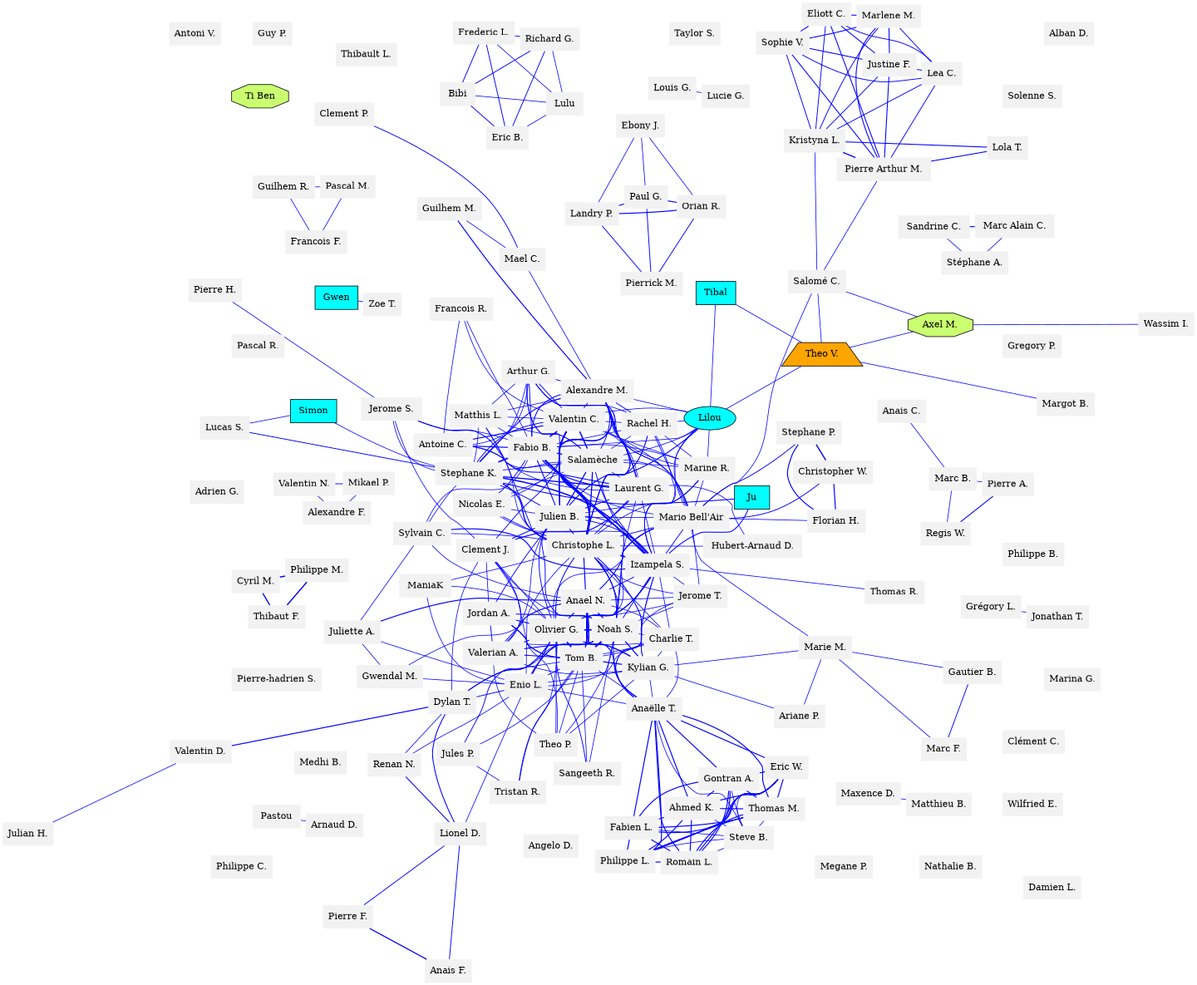
The Graphviz diagram jumpers_SAUT.dot.png in GuilhemRep/sauts, before a commit. Its source is kept beside it as jumpers_SAUT.dot.
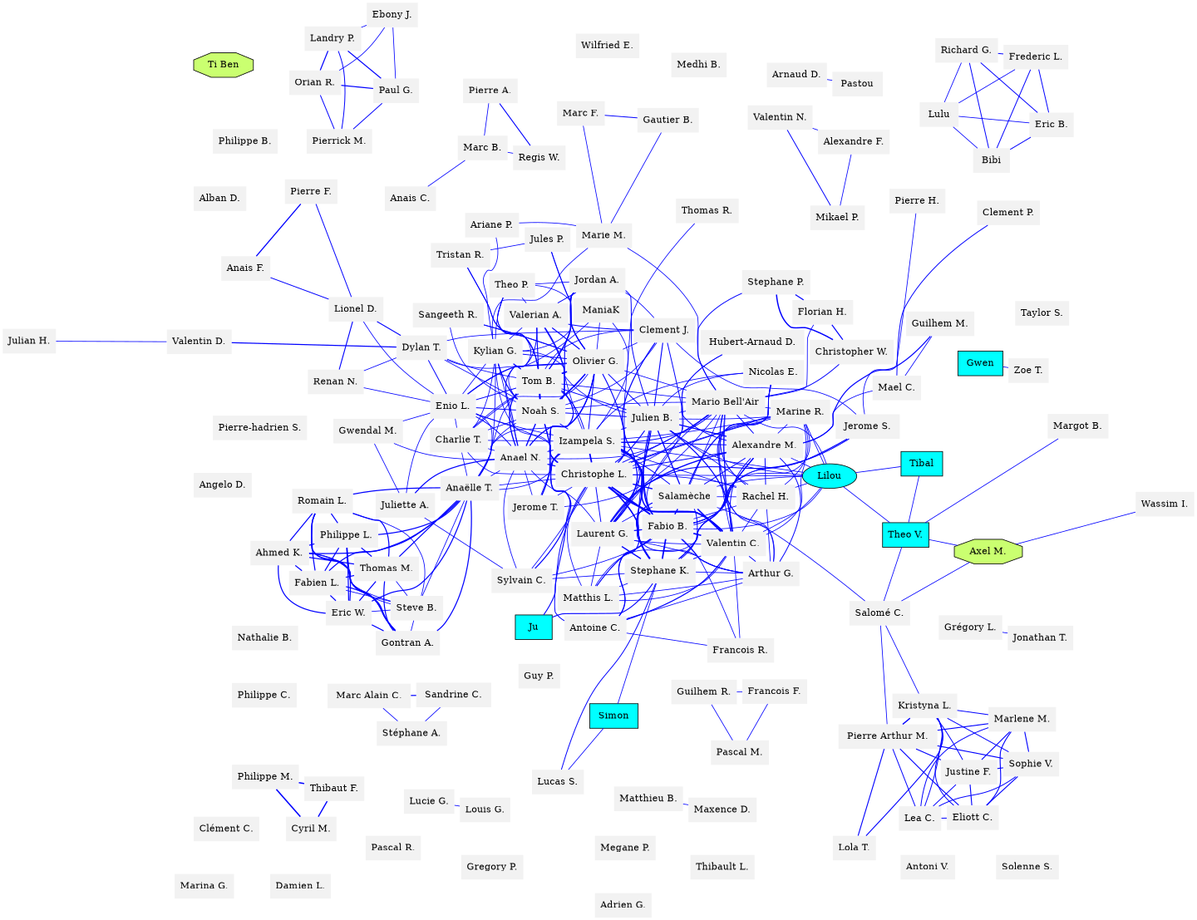
After the change.

The edit, as a diff of the source:
```diff
@@ -1,146 +1,146 @@
 graph Jumpers {
 	graph [overlap=false ratio=1 size="15,15" splines=true]
+	"Sylvain C." [fillcolor=gray95 shape=none style=filled]
+	"Lucie G." [fillcolor=gray95 shape=none style=filled]
+	"Philippe M." [fillcolor=gray95 shape=none style=filled]
+	"Christopher W." [fillcolor=gray95 shape=none style=filled]
+	"Christophe L." [fillcolor=gray95 shape=none style=filled]
+	"Anael N." [fillcolor=gray95 shape=none style=filled]
+	"Gontran A." [fillcolor=gray95 shape=none style=filled]
+	"Arthur G." [fillcolor=gray95 shape=none style=filled]
+	"Valentin N." [fillcolor=gray95 shape=none style=filled]
+	"Lea C." [fillcolor=gray95 shape=none style=filled]
+	"Julian H." [fillcolor=gray95 shape=none style=filled]
+	"Valentin D." [fillcolor=gray95 shape=none style=filled]
+	"Clement J." [fillcolor=gray95 shape=none style=filled]
+	"Grégory L." [fillcolor=gray95 shape=none style=filled]
+	"Thibaut F." [fillcolor=gray95 shape=none style=filled]
+	"Julien B." [fillcolor=gray95 shape=none style=filled]
+	"Tristan R." [fillcolor=gray95 shape=none style=filled]
+	" Lulu " [fillcolor=gray95 shape=none style=filled]
+	"Marlene M." [fillcolor=gray95 shape=none style=filled]
+	"Stephane P." [fillcolor=gray95 shape=none style=filled]
+	"Justine F." [fillcolor=gray95 shape=none style=filled]
+	"Orian R." [fillcolor=gray95 shape=none style=filled]
+	"Philippe C." [fillcolor=gray95 shape=none style=filled]
+	"Marine R." [fillcolor=gray95 shape=none style=filled]
 	"Megane P." [fillcolor=gray95 shape=none style=filled]
+	"Francois R." [fillcolor=gray95 shape=none style=filled]
+	"Romain L." [fillcolor=gray95 shape=none style=filled]
+	" Jerome S. " [fillcolor=gray95 shape=none style=filled]
+	" Hubert-Arnaud D. " [fillcolor=gray95 shape=none style=filled]
+	" Gwen " [fillcolor=cyan shape=rectangle style=filled]
+	"Enio L." [fillcolor=gray95 shape=none style=filled]
+	"Lionel D." [fillcolor=gray95 shape=none style=filled]
+	"Paul G." [fillcolor=gray95 shape=none style=filled]
+	"Antoine C." [fillcolor=gray95 shape=none style=filled]
+	"Olivier G." [fillcolor=gray95 shape=none style=filled]
+	"Philippe B." [fillcolor=gray95 shape=none style=filled]
+	"Anais C." [fillcolor=gray95 shape=none style=filled]
+	"Pascal R." [fillcolor=gray95 shape=none style=filled]
+	"Jules P." [fillcolor=gray95 shape=none style=filled]
+	"Jonathan T." [fillcolor=gray95 shape=none style=filled]
+	"Eric W." [fillcolor=gray95 shape=none style=filled]
+	" Lilou " [fillcolor=cyan shape=ellipse style=filled]
+	" Ju " [fillcolor=cyan shape=rectangle style=filled]
+	"Thibault L." [fillcolor=gray95 shape=none style=filled]
+	"Guy P." [fillcolor=gray95 shape=none style=filled]
+	"Ariane P." [fillcolor=gray95 shape=none style=filled]
+	"Antoni V." [fillcolor=gray95 shape=none style=filled]
+	"Louis G." [fillcolor=gray95 shape=none style=filled]
+	"Theo V." [fillcolor=cyan shape=rectangle style=filled]
+	"Theo P." [fillcolor=gray95 shape=none style=filled]
+	"Renan N." [fillcolor=gray95 shape=none style=filled]
+	" Simon " [fillcolor=cyan shape=rectangle style=filled]
+	"Solenne S." [fillcolor=gray95 shape=none style=filled]
+	" Tibal " [fillcolor=cyan shape=rectangle style=filled]
+	"Thomas R." [fillcolor=gray95 shape=none style=filled]
+	"Eric B." [fillcolor=gray95 shape=none style=filled]
+	"Alexandre F." [fillcolor=gray95 shape=none style=filled]
+	"Sophie V." [fillcolor=gray95 shape=none style=filled]
+	"Clement P." [fillcolor=gray95 shape=none style=filled]
+	"Medhi B." [fillcolor=gray95 shape=none style=filled]
+	"Pierrick M." [fillcolor=gray95 shape=none style=filled]
+	"Jordan A." [fillcolor=gray95 shape=none style=filled]
+	" Bibi " [fillcolor=gray95 shape=none style=filled]
+	"Pierre H." [fillcolor=gray95 shape=none style=filled]
+	"Valentin C." [fillcolor=gray95 shape=none style=filled]
+	"Gwendal M." [fillcolor=gray95 shape=none style=filled]
+	"Marc F." [fillcolor=gray95 shape=none style=filled]
+	"Noah S." [fillcolor=gray95 shape=none style=filled]
+	"Pierre F." [fillcolor=gray95 shape=none style=filled]
+	"Ti Ben" [fillcolor=darkolivegreen1 shape=octagon style=filled]
+	"Gautier B." [fillcolor=gray95 shape=none style=filled]
+	"Guilhem R." [fillcolor=gray95 shape=none style=filled]
+	"Francois F." [fillcolor=gray95 shape=none style=filled]
+	"Regis W." [fillcolor=gray95 shape=none style=filled]
+	"Lucas S." [fillcolor=gray95 shape=none style=filled]
+	"Nicolas E." [fillcolor=gray95 shape=none style=filled]
+	"Axel M." [fillcolor=darkolivegreen1 shape=octagon style=filled]
+	"Landry P." [fillcolor=gray95 shape=none style=filled]
+	"Cyril M." [fillcolor=gray95 shape=none style=filled]
 	"Alban D." [fillcolor=gray95 shape=none style=filled]
-	"Nicolas E." [fillcolor=gray95 shape=none style=filled]
-	"Romain L." [fillcolor=gray95 shape=none style=filled]
-	"Antoine C." [fillcolor=gray95 shape=none style=filled]
+	"Arnaud D." [fillcolor=gray95 shape=none style=filled]
+	"Angelo D." [fillcolor=gray95 shape=none style=filled]
+	"Marc B." [fillcolor=gray95 shape=none style=filled]
+	"Steve B." [fillcolor=gray95 shape=none style=filled]
+	"Clément C." [fillcolor=gray95 shape=none style=filled]
+	"Florian H." [fillcolor=gray95 shape=none style=filled]
+	"Mario Bell'Air" [fillcolor=gray95 shape=none style=filled]
+	"Charlie T." [fillcolor=gray95 shape=none style=filled]
+	"Gregory P." [fillcolor=gray95 shape=none style=filled]
+	"Tom B." [fillcolor=gray95 shape=none style=filled]
+	"Fabio B." [fillcolor=gray95 shape=none style=filled]
+	"Kylian G." [fillcolor=gray95 shape=none style=filled]
+	"Kristyna L." [fillcolor=gray95 shape=none style=filled]
+	" Marc Alain C. " [fillcolor=gray95 shape=none style=filled]
+	"Fabien L." [fillcolor=gray95 shape=none style=filled]
+	"Zoe T." [fillcolor=gray95 shape=none style=filled]
 	" Sandrine C. " [fillcolor=gray95 shape=none style=filled]
+	"Taylor S." [fillcolor=gray95 shape=none style=filled]
+	"Wilfried E." [fillcolor=gray95 shape=none style=filled]
+	"Matthis L." [fillcolor=gray95 shape=none style=filled]
+	"Margot B." [fillcolor=gray95 shape=none style=filled]
+	"Anais F." [fillcolor=gray95 shape=none style=filled]
+	" ManiaK " [fillcolor=gray95 shape=none style=filled]
+	"Mael C." [fillcolor=gray95 shape=none style=filled]
+	"Rachel H." [fillcolor=gray95 shape=none style=filled]
+	"Matthieu B." [fillcolor=gray95 shape=none style=filled]
+	"Nathalie B." [fillcolor=gray95 shape=none style=filled]
+	"Pierre-hadrien S." [fillcolor=gray95 shape=none style=filled]
+	"Marie M." [fillcolor=gray95 shape=none style=filled]
+	"Stephane K." [fillcolor=gray95 shape=none style=filled]
+	"Marina G." [fillcolor=gray95 shape=none style=filled]
+	"Jerome T." [fillcolor=gray95 shape=none style=filled]
+	"Mikael P." [fillcolor=gray95 shape=none style=filled]
+	"Izampela S." [fillcolor=gray95 shape=none style=filled]
 	"Salamèche" [fillcolor=gray95 shape=none style=filled]
-	"Ariane P." [fillcolor=gray95 shape=none style=filled]
-	"Florian H." [fillcolor=gray95 shape=none style=filled]
-	"Landry P." [fillcolor=gray95 shape=none style=filled]
-	"Guilhem R." [fillcolor=gray95 shape=none style=filled]
-	"Tristan R." [fillcolor=gray95 shape=none style=filled]
+	"Eliott C." [fillcolor=gray95 shape=none style=filled]
+	"Ahmed K." [fillcolor=gray95 shape=none style=filled]
+	"Sangeeth R." [fillcolor=gray95 shape=none style=filled]
+	"Anaëlle T." [fillcolor=gray95 shape=none style=filled]
+	"Wassim I." [fillcolor=gray95 shape=none style=filled]
+	"Richard G." [fillcolor=gray95 shape=none style=filled]
+	"Pierre A." [fillcolor=gray95 shape=none style=filled]
+	"Juliette A." [fillcolor=gray95 shape=none style=filled]
+	"Frederic L." [fillcolor=gray95 shape=none style=filled]
+	"Maxence D." [fillcolor=gray95 shape=none style=filled]
+	" Pierre Arthur M. " [fillcolor=gray95 shape=none style=filled]
+	"Laurent G." [fillcolor=gray95 shape=none style=filled]
+	"Thomas M." [fillcolor=gray95 shape=none style=filled]
+	"Damien L." [fillcolor=gray95 shape=none style=filled]
+	"Pascal M." [fillcolor=gray95 shape=none style=filled]
+	"Alexandre M." [fillcolor=gray95 shape=none style=filled]
+	"Dylan T." [fillcolor=gray95 shape=none style=filled]
+	"Ebony J." [fillcolor=gray95 shape=none style=filled]
+	"Valerian A." [fillcolor=gray95 shape=none style=filled]
+	" Pastou " [fillcolor=gray95 shape=none style=filled]
+	"Salomé C." [fillcolor=gray95 shape=none style=filled]
+	"Stéphane A." [fillcolor=gray95 shape=none style=filled]
+	"Lola T." [fillcolor=gray95 shape=none style=filled]
+	"Guilhem M." [fillcolor=gray95 shape=none style=filled]
+	"Adrien G." [fillcolor=gray95 shape=none style=filled]
 	"Philippe L." [fillcolor=gray95 shape=none style=filled]
-	" Hubert-Arnaud D. " [fillcolor=gray95 shape=none style=filled]
-	"Orian R." [fillcolor=gray95 shape=none style=filled]
-	"Stephane P." [fillcolor=gray95 shape=none style=filled]
-	"Gautier B." [fillcolor=gray95 shape=none style=filled]
-	" Jerome S. " [fillcolor=gray95 shape=none style=filled]
-	"Anais F." [fillcolor=gray95 shape=none style=filled]
-	"Nathalie B." [fillcolor=gray95 shape=none style=filled]
-	" Pierre Arthur M. " [fillcolor=gray95 shape=none style=filled]
-	"Maxence D." [fillcolor=gray95 shape=none style=filled]
-	" Gwen " [fillcolor=cyan shape=rectangle style=filled]
-	" Tibal " [fillcolor=cyan shape=rectangle style=filled]
-	"Lola T." [fillcolor=gray95 shape=none style=filled]
-	" Pastou " [fillcolor=gray95 shape=none style=filled]
-	" Marc Alain C. " [fillcolor=gray95 shape=none style=filled]
-	"Wilfried E." [fillcolor=gray95 shape=none style=filled]
-	" Bibi " [fillcolor=gray95 shape=none style=filled]
-	"Tom B." [fillcolor=gray95 shape=none style=filled]
-	"Enio L." [fillcolor=gray95 shape=none style=filled]
-	"Fabio B." [fillcolor=gray95 shape=none style=filled]
-	"Grégory L." [fillcolor=gray95 shape=none style=filled]
-	"Ahmed K." [fillcolor=gray95 shape=none style=filled]
-	"Alexandre M." [fillcolor=gray95 shape=none style=filled]
-	"Clement J." [fillcolor=gray95 shape=none style=filled]
-	"Jonathan T." [fillcolor=gray95 shape=none style=filled]
-	"Marc B." [fillcolor=gray95 shape=none style=filled]
-	"Anaëlle T." [fillcolor=gray95 shape=none style=filled]
-	"Arnaud D." [fillcolor=gray95 shape=none style=filled]
-	"Rachel H." [fillcolor=gray95 shape=none style=filled]
-	"Kristyna L." [fillcolor=gray95 shape=none style=filled]
-	"Pierre A." [fillcolor=gray95 shape=none style=filled]
-	"Regis W." [fillcolor=gray95 shape=none style=filled]
-	"Julian H." [fillcolor=gray95 shape=none style=filled]
-	"Valentin N." [fillcolor=gray95 shape=none style=filled]
-	" Lilou " [fillcolor=cyan shape=ellipse style=filled]
-	"Mael C." [fillcolor=gray95 shape=none style=filled]
-	"Charlie T." [fillcolor=gray95 shape=none style=filled]
-	"Anael N." [fillcolor=gray95 shape=none style=filled]
-	"Medhi B." [fillcolor=gray95 shape=none style=filled]
-	" Lulu " [fillcolor=gray95 shape=none style=filled]
-	"Pierre H." [fillcolor=gray95 shape=none style=filled]
-	"Margot B." [fillcolor=gray95 shape=none style=filled]
-	"Taylor S." [fillcolor=gray95 shape=none style=filled]
-	"Izampela S." [fillcolor=gray95 shape=none style=filled]
-	"Louis G." [fillcolor=gray95 shape=none style=filled]
-	"Clément C." [fillcolor=gray95 shape=none style=filled]
-	"Eric B." [fillcolor=gray95 shape=none style=filled]
-	"Cyril M." [fillcolor=gray95 shape=none style=filled]
-	"Pierrick M." [fillcolor=gray95 shape=none style=filled]
-	"Ti Ben" [fillcolor=darkolivegreen1 shape=octagon style=filled]
-	"Philippe B." [fillcolor=gray95 shape=none style=filled]
-	"Salomé C." [fillcolor=gray95 shape=none style=filled]
-	"Philippe M." [fillcolor=gray95 shape=none style=filled]
-	"Pascal R." [fillcolor=gray95 shape=none style=filled]
-	"Pierre-hadrien S." [fillcolor=gray95 shape=none style=filled]
-	"Steve B." [fillcolor=gray95 shape=none style=filled]
-	"Marine R." [fillcolor=gray95 shape=none style=filled]
-	"Gregory P." [fillcolor=gray95 shape=none style=filled]
-	"Clement P." [fillcolor=gray95 shape=none style=filled]
-	"Guy P." [fillcolor=gray95 shape=none style=filled]
-	"Eric W." [fillcolor=gray95 shape=none style=filled]
-	"Lucas S." [fillcolor=gray95 shape=none style=filled]
-	" Simon " [fillcolor=cyan shape=rectangle style=filled]
-	" ManiaK " [fillcolor=gray95 shape=none style=filled]
-	"Renan N." [fillcolor=gray95 shape=none style=filled]
-	"Zoe T." [fillcolor=gray95 shape=none style=filled]
-	"Olivier G." [fillcolor=gray95 shape=none style=filled]
-	"Jerome T." [fillcolor=gray95 shape=none style=filled]
-	" Ju " [fillcolor=cyan shape=rectangle style=filled]
-	"Dylan T." [fillcolor=gray95 shape=none style=filled]
-	"Julien B." [fillcolor=gray95 shape=none style=filled]
-	"Solenne S." [fillcolor=gray95 shape=none style=filled]
-	"Philippe C." [fillcolor=gray95 shape=none style=filled]
-	"Mikael P." [fillcolor=gray95 shape=none style=filled]
-	"Matthis L." [fillcolor=gray95 shape=none style=filled]
-	"Damien L." [fillcolor=gray95 shape=none style=filled]
-	"Wassim I." [fillcolor=gray95 shape=none style=filled]
-	"Antoni V." [fillcolor=gray95 shape=none style=filled]
-	"Stephane K." [fillcolor=gray95 shape=none style=filled]
-	"Sophie V." [fillcolor=gray95 shape=none style=filled]
-	"Frederic L." [fillcolor=gray95 shape=none style=filled]
-	"Thomas R." [fillcolor=gray95 shape=none style=filled]
-	"Francois R." [fillcolor=gray95 shape=none style=filled]
-	"Valentin D." [fillcolor=gray95 shape=none style=filled]
-	"Pascal M." [fillcolor=gray95 shape=none style=filled]
-	"Thomas M." [fillcolor=gray95 shape=none style=filled]
-	"Justine F." [fillcolor=gray95 shape=none style=filled]
-	"Arthur G." [fillcolor=gray95 shape=none style=filled]
-	"Richard G." [fillcolor=gray95 shape=none style=filled]
-	"Lucie G." [fillcolor=gray95 shape=none style=filled]
-	"Anais C." [fillcolor=gray95 shape=none style=filled]
-	"Jordan A." [fillcolor=gray95 shape=none style=filled]
-	"Alexandre F." [fillcolor=gray95 shape=none style=filled]
-	"Sangeeth R." [fillcolor=gray95 shape=none style=filled]
-	"Pierre F." [fillcolor=gray95 shape=none style=filled]
-	"Ebony J." [fillcolor=gray95 shape=none style=filled]
-	"Thibault L." [fillcolor=gray95 shape=none style=filled]
-	"Gontran A." [fillcolor=gray95 shape=none style=filled]
-	"Marlene M." [fillcolor=gray95 shape=none style=filled]
-	"Christophe L." [fillcolor=gray95 shape=none style=filled]
-	"Lea C." [fillcolor=gray95 shape=none style=filled]
-	"Paul G." [fillcolor=gray95 shape=none style=filled]
-	"Theo V." [fillcolor=orange shape=trapezium style=filled]
-	"Jules P." [fillcolor=gray95 shape=none style=filled]
-	"Guilhem M." [fillcolor=gray95 shape=none style=filled]
-	"Laurent G." [fillcolor=gray95 shape=none style=filled]
-	"Axel M." [fillcolor=darkolivegreen1 shape=octagon style=filled]
-	"Mario Bell'Air" [fillcolor=gray95 shape=none style=filled]
-	"Kylian G." [fillcolor=gray95 shape=none style=filled]
-	"Stéphane A." [fillcolor=gray95 shape=none style=filled]
-	"Theo P." [fillcolor=gray95 shape=none style=filled]
-	"Gwendal M." [fillcolor=gray95 shape=none style=filled]
-	"Noah S." [fillcolor=gray95 shape=none style=filled]
-	"Angelo D." [fillcolor=gray95 shape=none style=filled]
-	"Christopher W." [fillcolor=gray95 shape=none style=filled]
-	"Adrien G." [fillcolor=gray95 shape=none style=filled]
-	"Valerian A." [fillcolor=gray95 shape=none style=filled]
-	"Marie M." [fillcolor=gray95 shape=none style=filled]
-	"Marc F." [fillcolor=gray95 shape=none style=filled]
-	"Sylvain C." [fillcolor=gray95 shape=none style=filled]
-	"Valentin C." [fillcolor=gray95 shape=none style=filled]
-	"Eliott C." [fillcolor=gray95 shape=none style=filled]
-	"Francois F." [fillcolor=gray95 shape=none style=filled]
-	"Fabien L." [fillcolor=gray95 shape=none style=filled]
-	"Thibaut F." [fillcolor=gray95 shape=none style=filled]
-	"Marina G." [fillcolor=gray95 shape=none style=filled]
-	"Juliette A." [fillcolor=gray95 shape=none style=filled]
-	"Lionel D." [fillcolor=gray95 shape=none style=filled]
-	"Matthieu B." [fillcolor=gray95 shape=none style=filled]
 	"Anais F." -- "Pierre F." [color=blue len=1.5 penwidth=1.618033988749895]
 	"Izampela S." -- "Julien B." [color=blue len=1.0 penwidth=1.2071067811865475]
 	"Izampela S." -- "Stephane K." [color=blue len=1.5 penwidth=1.9142135623730951]
```
